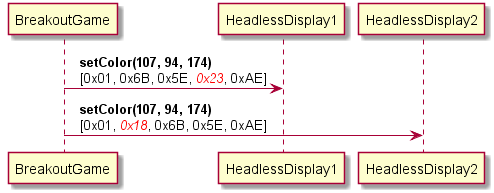
Earlier version of the PlantUML export docs/add-param.png (SINTEF-9012/thingml-diversifier). Its source is kept beside it as src/main/resources/figures/add-param.plantuml.
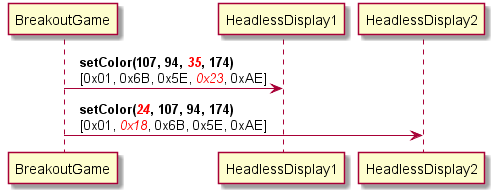
Above is the later version.

The edit, as a diff of the source:
```diff
@@ -1,4 +1,4 @@
 @startuml
-BreakoutGame -> HeadlessDisplay1: <b>  setColor(107, 94, 174)</b>\n  [0x01, 0x6B, 0x5E, <font color="red"><i>0x23</i></font>, 0xAE]
-BreakoutGame -> HeadlessDisplay2: <b>  setColor(107, 94, 174)</b>\n  [0x01, <font color="red"><i>0x18</i></font>, 0x6B, 0x5E, 0xAE]
+BreakoutGame -> HeadlessDisplay1: <b>  setColor(107, 94, <font color="red"><i>35</i></font>, 174)</b>\n  [0x01, 0x6B, 0x5E, <font color="red"><i>0x23</i></font>, 0xAE]
+BreakoutGame -> HeadlessDisplay2: <b>  setColor(<font color="red"><i>24</i></font>, 107, 94, 174)</b>\n  [0x01, <font color="red"><i>0x18</i></font>, 0x6B, 0x5E, 0xAE]
 @enduml
```
